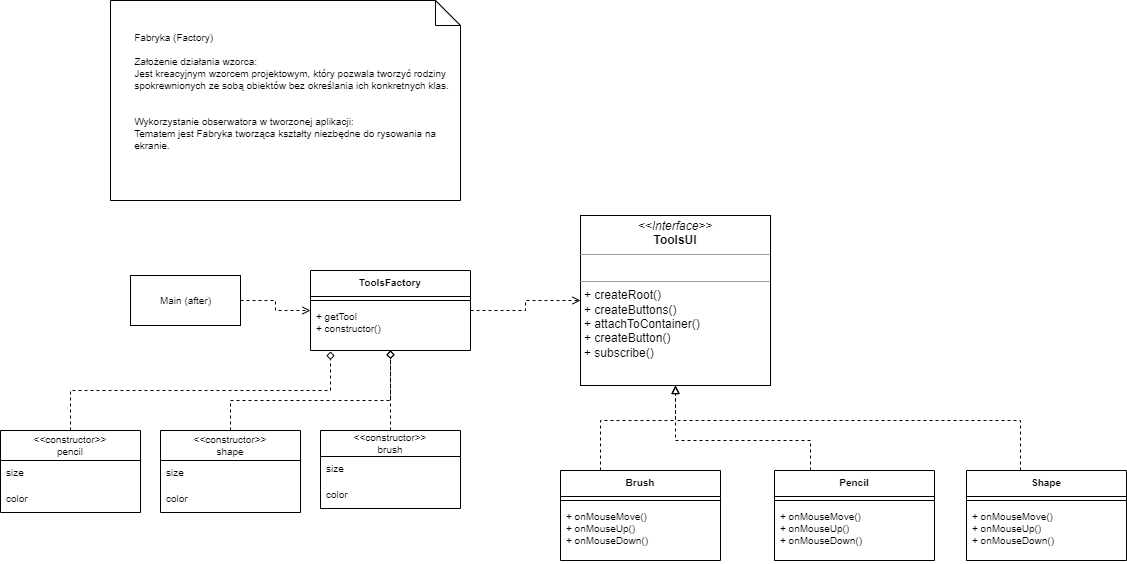
Before: Untitled Diagram-Fabryka.drawio.png, a diagram exported from draw.io (aleksandra0291/wzorce). Source tidied: cells renumbered, new cells last; positions are measured from the earlier drawing's top-left corner, leaving out a move shared by most shapes.
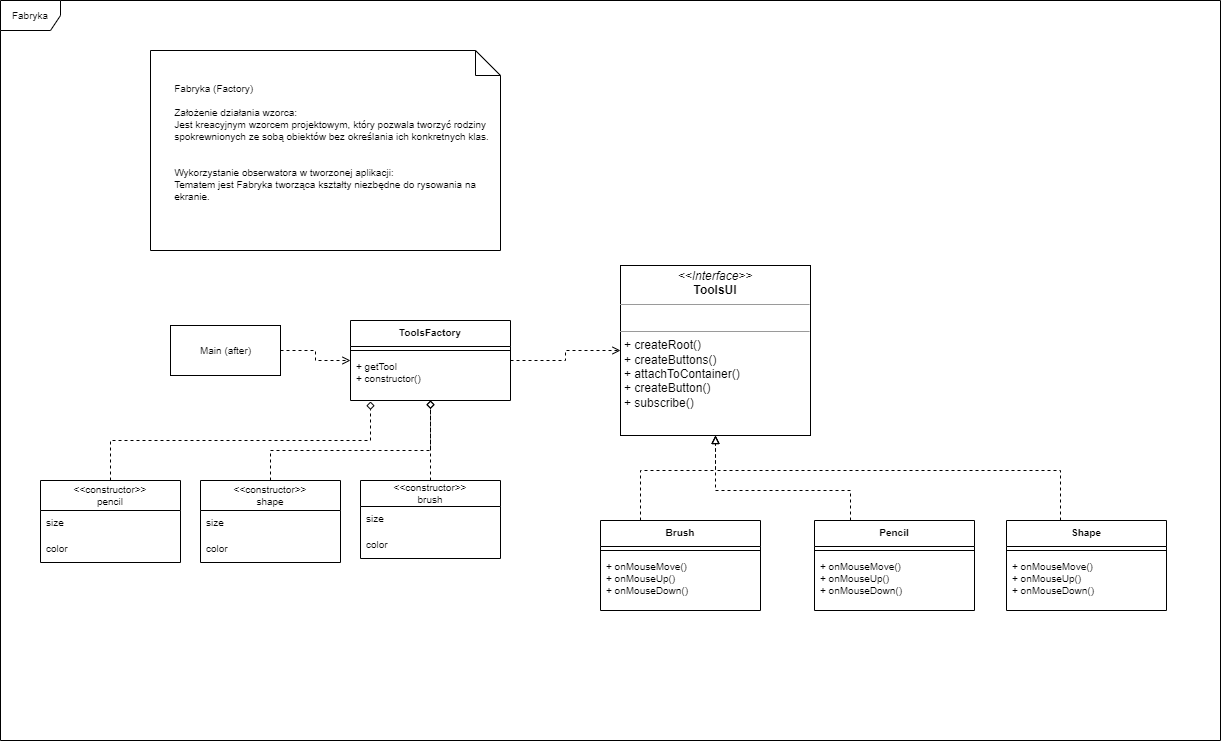
After the commit.

The edit, as a diff of the source:
```diff
@@ -119,5 +119,8 @@
     <mxCell id="33" value="color" style="text;strokeColor=none;fillColor=none;align=left;verticalAlign=top;spacingLeft=4;spacingRight=4;overflow=hidden;fontSize=10;" parent="31" vertex="1">
       <mxGeometry y="56" width="140" height="26" as="geometry" />
     </mxCell>
+    <mxCell id="34" value="&lt;font style=&quot;font-size: 10px;&quot;&gt;Fabryka&lt;/font&gt;" style="shape=umlFrame;whiteSpace=wrap;html=1;" parent="1" vertex="1">
+      <mxGeometry x="-40" y="-50" width="1220" height="740" as="geometry" />
+    </mxCell>
   </root>
 </mxGraphModel>
```
